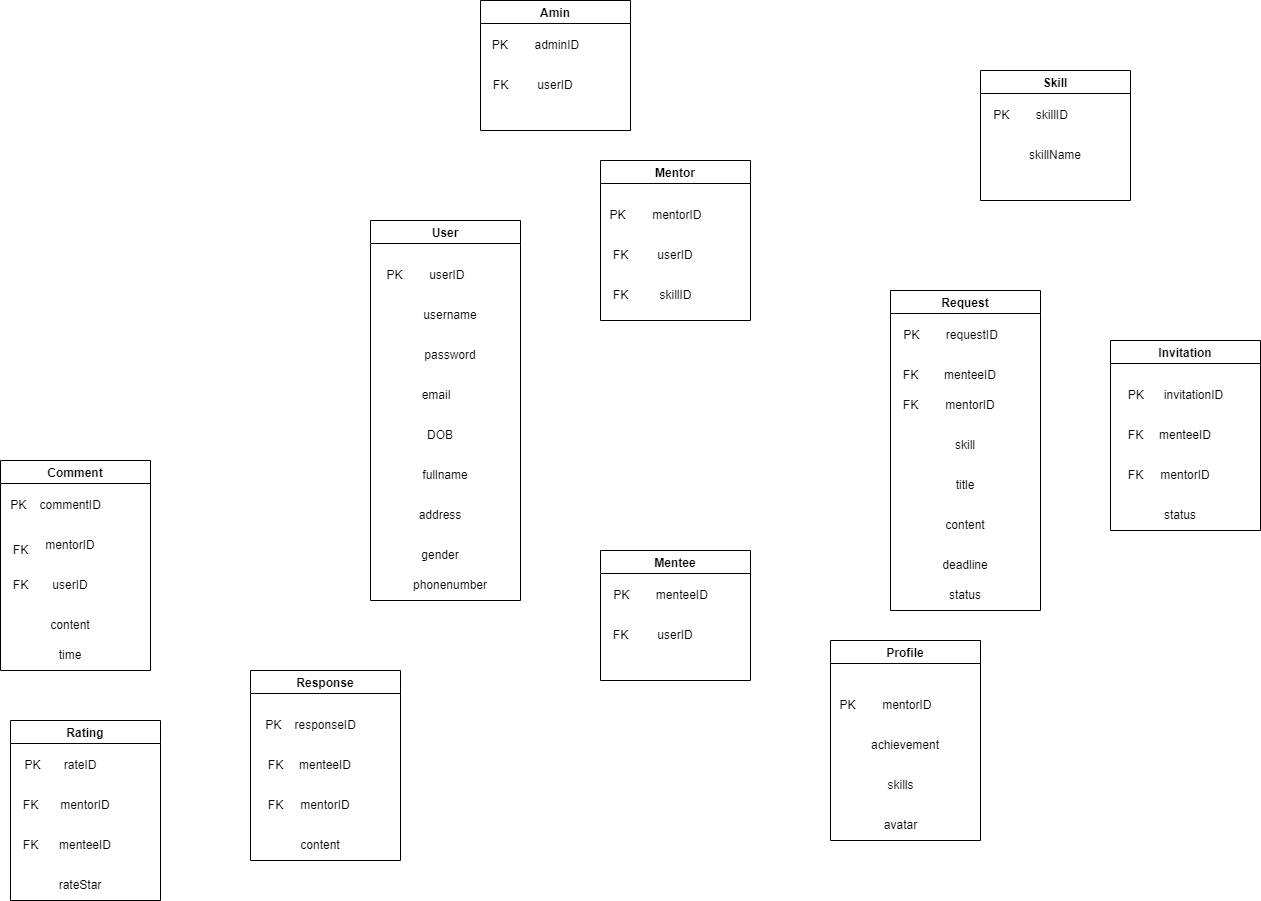
This is HappyProgramming_DB.drawio.png from dungdt23/SWP391_Document, a draw.io export, as it was before one commit. Source tidied: cells renumbered, new cells last; positions are measured from the earlier drawing's top-left corner, leaving out a move shared by most shapes.
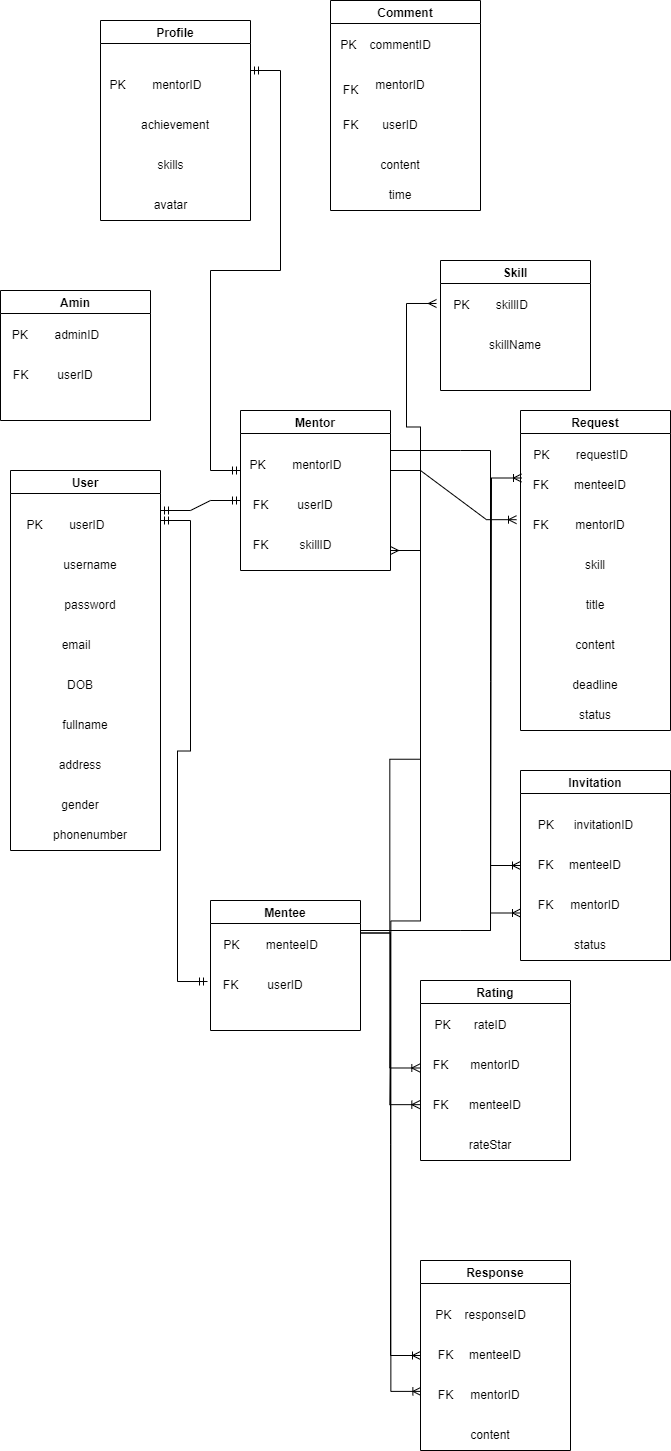
Above is the later version.

What changed in the source:
```diff
@@ -33,7 +33,7 @@
       <mxGeometry x="50" y="350" width="60" height="30" as="geometry" />
     </mxCell>
     <mxCell id="12" value="Amin" style="swimlane;" parent="1" vertex="1">
-      <mxGeometry x="480" width="150" height="130" as="geometry" />
+      <mxGeometry x="360" y="40" width="150" height="130" as="geometry" />
     </mxCell>
     <mxCell id="13" value="PK&amp;nbsp;&amp;nbsp;&amp;nbsp;&amp;nbsp;&amp;nbsp;&amp;nbsp;&amp;nbsp; adminID" style="text;html=1;align=center;verticalAlign=middle;strokeColor=none;fillColor=none;" parent="12" vertex="1">
       <mxGeometry y="30" width="110" height="30" as="geometry" />
@@ -45,7 +45,7 @@
       <mxGeometry y="70" width="40" height="30" as="geometry" />
     </mxCell>
     <mxCell id="16" value="Mentee" style="swimlane;" parent="1" vertex="1">
-      <mxGeometry x="600" y="550" width="150" height="130" as="geometry" />
+      <mxGeometry x="570" y="650" width="150" height="130" as="geometry" />
     </mxCell>
     <mxCell id="17" value="PK&amp;nbsp;&amp;nbsp;&amp;nbsp;&amp;nbsp;&amp;nbsp;&amp;nbsp;&amp;nbsp; menteeID" style="text;html=1;align=center;verticalAlign=middle;strokeColor=none;fillColor=none;" parent="16" vertex="1">
       <mxGeometry y="30" width="120" height="30" as="geometry" />
@@ -75,7 +75,7 @@
       <mxGeometry y="120" width="40" height="30" as="geometry" />
     </mxCell>
     <mxCell id="26" value="Skill" style="swimlane;startSize=23;" parent="1" vertex="1">
-      <mxGeometry x="980" y="70" width="150" height="130" as="geometry" />
+      <mxGeometry x="800" y="10" width="150" height="130" as="geometry" />
     </mxCell>
     <mxCell id="27" value="PK&amp;nbsp; &amp;nbsp; &amp;nbsp; &amp;nbsp; skillID" style="text;html=1;align=center;verticalAlign=middle;points=[];strokeColor=none;fillColor=none;" parent="26" vertex="1">
       <mxGeometry y="30" width="100" height="30" as="geometry" />
@@ -84,19 +84,19 @@
       <mxGeometry x="45" y="70" width="60" height="30" as="geometry" />
     </mxCell>
     <mxCell id="29" value="Request" style="swimlane;" parent="1" vertex="1">
-      <mxGeometry x="890" y="290" width="150" height="320" as="geometry" />
+      <mxGeometry x="880" y="160" width="150" height="320" as="geometry" />
     </mxCell>
     <mxCell id="30" value="PK&amp;nbsp;&amp;nbsp;&amp;nbsp;&amp;nbsp;&amp;nbsp;&amp;nbsp;&amp;nbsp; requestID" style="text;html=1;align=center;verticalAlign=middle;strokeColor=none;fillColor=none;" parent="29" vertex="1">
       <mxGeometry y="30" width="120" height="30" as="geometry" />
     </mxCell>
     <mxCell id="31" value="menteeID" style="text;html=1;strokeColor=none;fillColor=none;align=center;verticalAlign=middle;whiteSpace=wrap;rounded=0;" parent="29" vertex="1">
-      <mxGeometry x="50" y="70" width="60" height="30" as="geometry" />
+      <mxGeometry x="50" y="60" width="60" height="30" as="geometry" />
     </mxCell>
     <mxCell id="32" value="mentorID" style="text;html=1;strokeColor=none;fillColor=none;align=center;verticalAlign=middle;whiteSpace=wrap;rounded=0;" parent="29" vertex="1">
       <mxGeometry x="50" y="100" width="60" height="30" as="geometry" />
     </mxCell>
     <mxCell id="33" value="FK" style="text;html=1;align=center;verticalAlign=middle;points=[];strokeColor=none;fillColor=none;" parent="29" vertex="1">
-      <mxGeometry y="70" width="40" height="30" as="geometry" />
+      <mxGeometry y="60" width="40" height="30" as="geometry" />
     </mxCell>
     <mxCell id="34" value="FK" style="text;html=1;align=center;verticalAlign=middle;points=[];strokeColor=none;fillColor=none;" parent="29" vertex="1">
       <mxGeometry y="100" width="40" height="30" as="geometry" />
@@ -117,7 +117,7 @@
       <mxGeometry x="45" y="140" width="60" height="30" as="geometry" />
     </mxCell>
     <mxCell id="40" value="Rating" style="swimlane;" parent="1" vertex="1">
-      <mxGeometry x="10" y="720" width="150" height="180" as="geometry" />
+      <mxGeometry x="780" y="730" width="150" height="180" as="geometry" />
     </mxCell>
     <mxCell id="41" value="PK&amp;nbsp;&amp;nbsp;&amp;nbsp;&amp;nbsp;&amp;nbsp;&amp;nbsp; rateID" style="text;html=1;align=center;verticalAlign=middle;strokeColor=none;fillColor=none;" parent="40" vertex="1">
       <mxGeometry x="5" y="30" width="90" height="30" as="geometry" />
@@ -138,7 +138,7 @@
       <mxGeometry x="40" y="150" width="60" height="30" as="geometry" />
     </mxCell>
     <mxCell id="47" value="Invitation" style="swimlane;" parent="1" vertex="1">
-      <mxGeometry x="1110" y="340" width="150" height="190" as="geometry" />
+      <mxGeometry x="880" y="520" width="150" height="190" as="geometry" />
     </mxCell>
     <mxCell id="48" value="PK&amp;nbsp; &amp;nbsp; &amp;nbsp; invitationID" style="text;html=1;align=center;verticalAlign=middle;strokeColor=none;fillColor=none;" parent="47" vertex="1">
       <mxGeometry x="5" y="40" width="120" height="30" as="geometry" />
@@ -159,7 +159,7 @@
       <mxGeometry x="40" y="160" width="60" height="30" as="geometry" />
     </mxCell>
     <mxCell id="54" value="Response" style="swimlane;" parent="1" vertex="1">
-      <mxGeometry x="250" y="670" width="150" height="190" as="geometry" />
+      <mxGeometry x="780" y="1010" width="150" height="190" as="geometry" />
     </mxCell>
     <mxCell id="55" value="PK&amp;nbsp; &amp;nbsp; responseID" style="text;html=1;align=center;verticalAlign=middle;strokeColor=none;fillColor=none;" parent="54" vertex="1">
       <mxGeometry x="5" y="40" width="110" height="30" as="geometry" />
@@ -180,7 +180,7 @@
       <mxGeometry x="40" y="160" width="60" height="30" as="geometry" />
     </mxCell>
     <mxCell id="61" value="Comment" style="swimlane;" parent="1" vertex="1">
-      <mxGeometry y="460" width="150" height="210" as="geometry" />
+      <mxGeometry x="690" y="-250" width="150" height="210" as="geometry" />
     </mxCell>
     <mxCell id="62" value="PK&amp;nbsp; &amp;nbsp; commentID" style="text;html=1;align=center;verticalAlign=middle;strokeColor=none;fillColor=none;" parent="61" vertex="1">
       <mxGeometry y="30" width="110" height="30" as="geometry" />
@@ -204,7 +204,7 @@
       <mxGeometry x="40" y="180" width="60" height="30" as="geometry" />
     </mxCell>
     <mxCell id="69" value="Profile" style="swimlane;" parent="1" vertex="1">
-      <mxGeometry x="830" y="640" width="150" height="200" as="geometry" />
+      <mxGeometry x="460" y="-230" width="150" height="200" as="geometry" />
     </mxCell>
     <mxCell id="70" value="PK&amp;nbsp;&amp;nbsp;&amp;nbsp;&amp;nbsp;&amp;nbsp;&amp;nbsp;&amp;nbsp; mentorID" style="text;html=1;align=center;verticalAlign=middle;strokeColor=none;fillColor=none;" parent="69" vertex="1">
       <mxGeometry y="50" width="110" height="30" as="geometry" />
@@ -218,5 +218,69 @@
     <mxCell id="73" value="avatar" style="text;html=1;align=center;verticalAlign=middle;strokeColor=none;fillColor=none;" parent="69" vertex="1">
       <mxGeometry x="40" y="170" width="60" height="30" as="geometry" />
     </mxCell>
+    <mxCell id="74" style="edgeStyle=entityRelationEdgeStyle;fontSize=12;html=1;endArrow=ERmandOne;startArrow=ERmandOne;rounded=0;" parent="1" edge="1">
+      <mxGeometry relative="1" as="geometry">
+        <mxPoint x="520" y="260" as="sourcePoint" />
+        <mxPoint x="600" y="250" as="targetPoint" />
+      </mxGeometry>
+    </mxCell>
+    <mxCell id="75" style="edgeStyle=entityRelationEdgeStyle;fontSize=12;html=1;endArrow=ERmandOne;startArrow=ERmandOne;rounded=0;entryX=-0.075;entryY=0.367;entryDx=0;entryDy=0;entryPerimeter=0;" parent="1" edge="1" target="19">
+      <mxGeometry relative="1" as="geometry">
+        <mxPoint x="520" y="270" as="sourcePoint" />
+      </mxGeometry>
+    </mxCell>
+    <mxCell id="76" style="edgeStyle=entityRelationEdgeStyle;fontSize=12;html=1;endArrow=ERmany;startArrow=ERmany;rounded=0;entryX=-0.04;entryY=0.433;entryDx=0;entryDy=0;entryPerimeter=0;" parent="1" edge="1" target="27">
+      <mxGeometry relative="1" as="geometry">
+        <mxPoint x="750" y="300" as="sourcePoint" />
+      </mxGeometry>
+    </mxCell>
+    <mxCell id="77" style="edgeStyle=entityRelationEdgeStyle;fontSize=12;html=1;endArrow=ERmandOne;startArrow=ERmandOne;rounded=0;exitX=1;exitY=0.25;exitDx=0;exitDy=0;" parent="1" edge="1" source="69">
+      <mxGeometry relative="1" as="geometry">
+        <mxPoint x="600" y="220" as="targetPoint" />
+      </mxGeometry>
+    </mxCell>
+    <mxCell id="78" style="edgeStyle=entityRelationEdgeStyle;fontSize=12;html=1;endArrow=ERoneToMany;rounded=0;entryX=-0.116;entryY=0.363;entryDx=0;entryDy=0;exitX=1;exitY=0.25;exitDx=0;exitDy=0;entryPerimeter=0;" parent="1" edge="1" source="20" target="59">
+      <mxGeometry relative="1" as="geometry" />
+    </mxCell>
+    <mxCell id="79" style="edgeStyle=entityRelationEdgeStyle;fontSize=12;html=1;endArrow=ERoneToMany;rounded=0;entryX=0;entryY=0.5;entryDx=0;entryDy=0;exitX=1;exitY=0.25;exitDx=0;exitDy=0;" parent="1" edge="1" source="16" target="54">
+      <mxGeometry relative="1" as="geometry" />
+    </mxCell>
+    <mxCell id="80" style="edgeStyle=entityRelationEdgeStyle;fontSize=12;html=1;endArrow=ERoneToMany;rounded=0;entryX=-0.017;entryY=0.472;entryDx=0;entryDy=0;entryPerimeter=0;exitX=1;exitY=0.25;exitDx=0;exitDy=0;" parent="1" edge="1" source="16" target="45">
+      <mxGeometry relative="1" as="geometry" />
+    </mxCell>
+    <mxCell id="81" style="edgeStyle=entityRelationEdgeStyle;fontSize=12;html=1;endArrow=ERoneToMany;rounded=0;entryX=-0.017;entryY=0.583;entryDx=0;entryDy=0;entryPerimeter=0;exitX=1;exitY=0.25;exitDx=0;exitDy=0;" parent="1" edge="1" source="20" target="43">
+      <mxGeometry relative="1" as="geometry" />
+    </mxCell>
+    <mxCell id="82" style="edgeStyle=entityRelationEdgeStyle;fontSize=12;html=1;endArrow=ERoneToMany;rounded=0;entryX=0;entryY=0.5;entryDx=0;entryDy=0;" parent="1" edge="1" target="47">
+      <mxGeometry relative="1" as="geometry">
+        <mxPoint x="820" y="680" as="sourcePoint" />
+      </mxGeometry>
+    </mxCell>
+    <mxCell id="83" style="endArrow=none;html=1;rounded=0;" parent="1" edge="1">
+      <mxGeometry relative="1" as="geometry">
+        <mxPoint x="820" y="680" as="sourcePoint" />
+        <mxPoint x="720" y="680" as="targetPoint" />
+      </mxGeometry>
+    </mxCell>
+    <mxCell id="84" style="edgeStyle=entityRelationEdgeStyle;fontSize=12;html=1;endArrow=ERoneToMany;rounded=0;entryX=0;entryY=0.75;entryDx=0;entryDy=0;" parent="1" edge="1" target="47">
+      <mxGeometry relative="1" as="geometry">
+        <mxPoint x="820" y="200" as="sourcePoint" />
+      </mxGeometry>
+    </mxCell>
+    <mxCell id="85" style="endArrow=none;html=1;rounded=0;exitX=1;exitY=0.25;exitDx=0;exitDy=0;" parent="1" edge="1" source="20">
+      <mxGeometry relative="1" as="geometry">
+        <mxPoint x="820" y="200" as="targetPoint" />
+      </mxGeometry>
+    </mxCell>
+    <mxCell id="86" style="edgeStyle=entityRelationEdgeStyle;fontSize=12;html=1;endArrow=ERoneToMany;rounded=0;entryX=-0.1;entryY=0.306;entryDx=0;entryDy=0;entryPerimeter=0;" parent="1" edge="1" target="34">
+      <mxGeometry relative="1" as="geometry">
+        <mxPoint x="750" y="220" as="sourcePoint" />
+      </mxGeometry>
+    </mxCell>
+    <mxCell id="87" style="edgeStyle=entityRelationEdgeStyle;fontSize=12;html=1;endArrow=ERoneToMany;rounded=0;entryX=0.025;entryY=0.25;entryDx=0;entryDy=0;entryPerimeter=0;" parent="1" edge="1" target="33">
+      <mxGeometry relative="1" as="geometry">
+        <mxPoint x="820" y="680" as="sourcePoint" />
+      </mxGeometry>
+    </mxCell>
   </root>
 </mxGraphModel>
```
